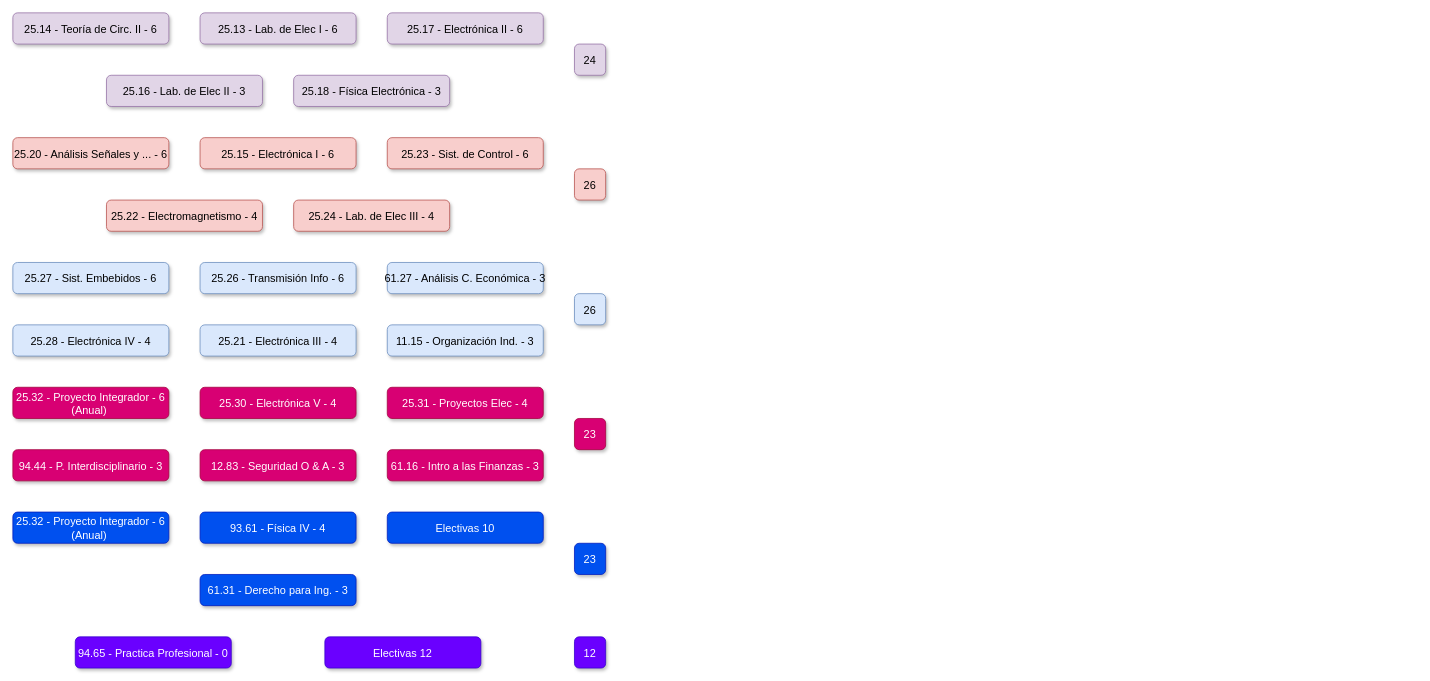
Before: Diagrama sin título.drawio in juanipla/K22, a draw.io diagram. Source tidied: cells renumbered, new cells numbered last; positions are measured from the earlier drawing's top-left corner, leaving out a move shared by most shapes. Both pictures are drawn from the tidied source at 78%, with x=0, y=0 at pixel (12, 12).
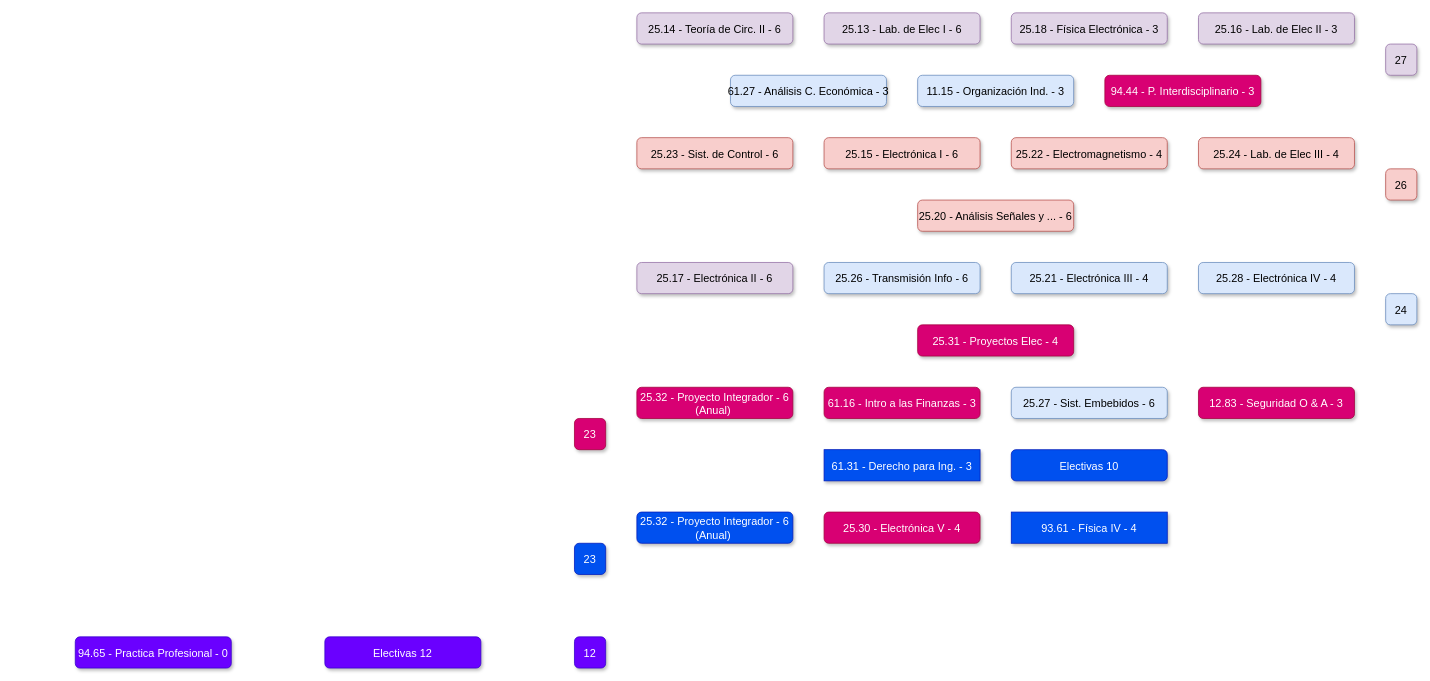
The same diagram, later.

Diff of the diagram source:
```diff
@@
     <mxCell id="2" value="25.18 - Física Electrónica - 3" style="rounded=1;fillColor=#e1d5e7;strokeColor=#9673a6;shadow=1;fontStyle=0;fontSize=14;labelBorderColor=none;labelBackgroundColor=none;verticalAlign=middle;" parent="1" vertex="1">
-      <mxGeometry x="360" y="80" width="200" height="40" as="geometry" />
+      <mxGeometry x="1280" width="200" height="40" as="geometry" />
     </mxCell>
     <mxCell id="3" value="25.13 - Lab. de Elec I - 6" style="rounded=1;fillColor=#e1d5e7;strokeColor=#9673a6;shadow=1;fontStyle=0;fontSize=14;labelBorderColor=none;labelBackgroundColor=none;" parent="1" vertex="1">
-      <mxGeometry x="240" width="200" height="40" as="geometry" />
+      <mxGeometry x="1040" width="200" height="40" as="geometry" />
     </mxCell>
     <mxCell id="4" value="25.14 - Teoría de Circ. II - 6" style="rounded=1;fillColor=#e1d5e7;strokeColor=#9673a6;shadow=1;fontStyle=0;fontSize=14;labelBorderColor=none;labelBackgroundColor=none;" parent="1" vertex="1">
-      <mxGeometry width="200" height="40" as="geometry" />
+      <mxGeometry x="800" width="200" height="40" as="geometry" />
     </mxCell>
     <mxCell id="5" value="25.16 - Lab. de Elec II - 3" style="rounded=1;fillColor=#e1d5e7;strokeColor=#9673a6;shadow=1;fontStyle=0;fontSize=14;labelBorderColor=none;labelBackgroundColor=none;verticalAlign=middle;" parent="1" vertex="1">
-      <mxGeometry x="120" y="80" width="200" height="40" as="geometry" />
+      <mxGeometry x="1520" width="200" height="40" as="geometry" />
     </mxCell>
     <mxCell id="6" value="25.17 - Electrónica II - 6" style="rounded=1;fillColor=#e1d5e7;strokeColor=#9673a6;shadow=1;fontStyle=0;fontSize=14;labelBorderColor=none;labelBackgroundColor=none;verticalAlign=middle;" parent="1" vertex="1">
-      <mxGeometry x="480" width="200" height="40" as="geometry" />
+      <mxGeometry x="800" y="320" width="200" height="40" as="geometry" />
     </mxCell>
-    <mxCell id="7" value="24" style="rounded=1;fillColor=#e1d5e7;strokeColor=#9673a6;shadow=1;fontStyle=0;fontSize=14;labelBorderColor=none;labelBackgroundColor=none;verticalAlign=middle;" parent="1" vertex="1">
-      <mxGeometry x="720" y="40" width="40" height="40" as="geometry" />
+    <mxCell id="7" value="27" style="rounded=1;fillColor=#e1d5e7;strokeColor=#9673a6;shadow=1;fontStyle=0;fontSize=14;labelBorderColor=none;labelBackgroundColor=none;verticalAlign=middle;" parent="1" vertex="1">
+      <mxGeometry x="1760" y="40" width="40" height="40" as="geometry" />
     </mxCell>
     <mxCell id="8" value="25.15 - Electrónica I - 6" style="rounded=1;fillColor=#f8cecc;strokeColor=#b85450;shadow=1;fontStyle=0;fontSize=14;labelBorderColor=none;labelBackgroundColor=none;" parent="1" vertex="1">
-      <mxGeometry x="240" y="160" width="200" height="40" as="geometry" />
+      <mxGeometry x="1040" y="160" width="200" height="40" as="geometry" />
     </mxCell>
     <mxCell id="9" value="25.24 - Lab. de Elec III - 4" style="rounded=1;fillColor=#f8cecc;strokeColor=#b85450;shadow=1;fontStyle=0;fontSize=14;labelBorderColor=none;labelBackgroundColor=none;verticalAlign=middle;" parent="1" vertex="1">
-      <mxGeometry x="360" y="240" width="200" height="40" as="geometry" />
+      <mxGeometry x="1520" y="160" width="200" height="40" as="geometry" />
     </mxCell>
     <mxCell id="10" value="25.23 - Sist. de Control - 6" style="rounded=1;fillColor=#f8cecc;strokeColor=#b85450;shadow=1;fontStyle=0;fontSize=14;labelBorderColor=none;labelBackgroundColor=none;verticalAlign=middle;" parent="1" vertex="1">
-      <mxGeometry x="480" y="160" width="200" height="40" as="geometry" />
+      <mxGeometry x="800" y="160" width="200" height="40" as="geometry" />
     </mxCell>
     <mxCell id="11" value="25.20 - Análisis Señales y ... - 6" style="rounded=1;fillColor=#f8cecc;strokeColor=#b85450;shadow=1;fontStyle=0;fontSize=14;labelBorderColor=none;labelBackgroundColor=none;" parent="1" vertex="1">
-      <mxGeometry y="160" width="200" height="40" as="geometry" />
+      <mxGeometry x="1160" y="240" width="200" height="40" as="geometry" />
     </mxCell>
     <mxCell id="12" value="25.22 - Electromagnetismo - 4" style="rounded=1;fillColor=#f8cecc;strokeColor=#b85450;shadow=1;fontStyle=0;fontSize=14;labelBorderColor=none;labelBackgroundColor=none;verticalAlign=middle;" parent="1" vertex="1">
-      <mxGeometry x="120" y="240" width="200" height="40" as="geometry" />
+      <mxGeometry x="1280" y="160" width="200" height="40" as="geometry" />
     </mxCell>
     <mxCell id="13" value="26" style="rounded=1;fillColor=#f8cecc;strokeColor=#b85450;shadow=1;fontStyle=0;fontSize=14;labelBorderColor=none;labelBackgroundColor=none;verticalAlign=middle;" parent="1" vertex="1">
-      <mxGeometry x="720" y="200" width="40" height="40" as="geometry" />
+      <mxGeometry x="1760" y="200" width="40" height="40" as="geometry" />
     </mxCell>
     <mxCell id="14" value="25.21 - Electrónica III - 4" style="rounded=1;fillColor=#dae8fc;strokeColor=#6c8ebf;shadow=1;fontStyle=0;fontSize=14;labelBorderColor=none;labelBackgroundColor=none;" parent="1" vertex="1">
-      <mxGeometry x="240" y="400" width="200" height="40" as="geometry" />
+      <mxGeometry x="1280" y="320" width="200" height="40" as="geometry" />
     </mxCell>
     <mxCell id="15" value="25.27 - Sist. Embebidos - 6" style="rounded=1;fillColor=#dae8fc;strokeColor=#6c8ebf;shadow=1;fontStyle=0;fontSize=14;labelBorderColor=none;labelBackgroundColor=none;" parent="1" vertex="1">
-      <mxGeometry y="320" width="200" height="40" as="geometry" />
+      <mxGeometry x="1280" y="480" width="200" height="40" as="geometry" />
     </mxCell>
     <mxCell id="16" value="25.26 - Transmisión Info - 6" style="rounded=1;fillColor=#dae8fc;strokeColor=#6c8ebf;shadow=1;fontStyle=0;fontSize=14;labelBorderColor=none;labelBackgroundColor=none;" parent="1" vertex="1">
-      <mxGeometry x="240" y="320" width="200" height="40" as="geometry" />
+      <mxGeometry x="1040" y="320" width="200" height="40" as="geometry" />
     </mxCell>
     <mxCell id="17" value="61.27 - Análisis C. Económica - 3" style="rounded=1;fillColor=#dae8fc;strokeColor=#6c8ebf;shadow=1;fontStyle=0;fontSize=14;labelBorderColor=none;labelBackgroundColor=none;verticalAlign=middle;" parent="1" vertex="1">
-      <mxGeometry x="480" y="320" width="200" height="40" as="geometry" />
+      <mxGeometry x="920" y="80" width="200" height="40" as="geometry" />
     </mxCell>
     <mxCell id="18" value="11.15 - Organización Ind. - 3" style="rounded=1;fillColor=#dae8fc;strokeColor=#6c8ebf;shadow=1;fontStyle=0;fontSize=14;labelBorderColor=none;labelBackgroundColor=none;verticalAlign=middle;" parent="1" vertex="1">
-      <mxGeometry x="480" y="400" width="200" height="40" as="geometry" />
+      <mxGeometry x="1160" y="80" width="200" height="40" as="geometry" />
     </mxCell>
     <mxCell id="19" value="25.28 - Electrónica IV - 4" style="rounded=1;fillColor=#dae8fc;strokeColor=#6c8ebf;shadow=1;fontStyle=0;fontSize=14;labelBorderColor=none;labelBackgroundColor=none;verticalAlign=middle;" parent="1" vertex="1">
-      <mxGeometry y="400" width="200" height="40" as="geometry" />
+      <mxGeometry x="1520" y="320" width="200" height="40" as="geometry" />
     </mxCell>
-    <mxCell id="20" value="26" style="rounded=1;fillColor=#dae8fc;strokeColor=#6c8ebf;shadow=1;fontStyle=0;fontSize=14;labelBorderColor=none;labelBackgroundColor=none;verticalAlign=middle;" parent="1" vertex="1">
-      <mxGeometry x="720" y="360" width="40" height="40" as="geometry" />
+    <mxCell id="20" value="24" style="rounded=1;fillColor=#dae8fc;strokeColor=#6c8ebf;shadow=1;fontStyle=0;fontSize=14;labelBorderColor=none;labelBackgroundColor=none;verticalAlign=middle;" parent="1" vertex="1">
+      <mxGeometry x="1760" y="360" width="40" height="40" as="geometry" />
     </mxCell>
     <mxCell id="21" value="94.44 - P. Interdisciplinario - 3" style="rounded=1;fillColor=#d80073;strokeColor=#A50040;shadow=1;fontStyle=0;fontSize=14;labelBorderColor=none;labelBackgroundColor=none;verticalAlign=middle;fontColor=#ffffff;" parent="1" vertex="1">
-      <mxGeometry y="560" width="200" height="40" as="geometry" />
+      <mxGeometry x="1400" y="80" width="200" height="40" as="geometry" />
     </mxCell>
     <mxCell id="22" value="25.32 - Proyecto Integrador - 6&#10;(Anual) " style="rounded=1;fillColor=#d80073;strokeColor=#A50040;shadow=1;fontStyle=0;fontSize=14;labelBorderColor=none;labelBackgroundColor=none;fontColor=#ffffff;" parent="1" vertex="1">
-      <mxGeometry y="480" width="200" height="40" as="geometry" />
+      <mxGeometry x="800" y="480" width="200" height="40" as="geometry" />
     </mxCell>
     <mxCell id="23" value="61.16 - Intro a las Finanzas - 3" style="rounded=1;fillColor=#d80073;strokeColor=#A50040;shadow=1;fontStyle=0;fontSize=14;labelBorderColor=none;labelBackgroundColor=none;verticalAlign=middle;fontColor=#ffffff;" parent="1" vertex="1">
-      <mxGeometry x="480" y="560" width="200" height="40" as="geometry" />
+      <mxGeometry x="1040" y="480" width="200" height="40" as="geometry" />
     </mxCell>
     <mxCell id="24" value="25.31 - Proyectos Elec - 4" style="rounded=1;fillColor=#d80073;strokeColor=#A50040;shadow=1;fontStyle=0;fontSize=14;fontColor=#ffffff;labelBorderColor=none;labelBackgroundColor=none;verticalAlign=middle;" parent="1" vertex="1">
-      <mxGeometry x="480" y="480" width="200" height="40" as="geometry" />
+      <mxGeometry x="1160" y="400" width="200" height="40" as="geometry" />
     </mxCell>
     <mxCell id="25" value="25.30 - Electrónica V - 4" style="rounded=1;fillColor=#d80073;strokeColor=#A50040;shadow=1;fontStyle=0;fontSize=14;fontColor=#ffffff;labelBorderColor=none;labelBackgroundColor=none;" parent="1" vertex="1">
-      <mxGeometry x="240" y="480" width="200" height="40" as="geometry" />
+      <mxGeometry x="1040" y="640" width="200" height="40" as="geometry" />
     </mxCell>
     <mxCell id="26" value="12.83 - Seguridad O &amp; A - 3" style="rounded=1;fillColor=#d80073;strokeColor=#A50040;shadow=1;fontStyle=0;fontSize=14;labelBorderColor=none;labelBackgroundColor=none;verticalAlign=middle;fontColor=#ffffff;" parent="1" vertex="1">
-      <mxGeometry x="240" y="560" width="200" height="40" as="geometry" />
+      <mxGeometry x="1520" y="480" width="200" height="40" as="geometry" />
     </mxCell>
@@
-    <mxCell id="29" value="61.31 - Derecho para Ing. - 3" style="rounded=1;fillColor=#0050ef;strokeColor=#001DBC;shadow=1;fontStyle=0;fontSize=14;labelBorderColor=none;labelBackgroundColor=none;fontColor=#ffffff;" parent="1" vertex="1">
-      <mxGeometry x="240" y="720" width="200" height="40" as="geometry" />
+    <mxCell id="29" value="61.31 - Derecho para Ing. - 3" style="rounded=1;fillColor=#0050ef;strokeColor=#001DBC;shadow=1;fontStyle=0;fontSize=14;labelBorderColor=none;labelBackgroundColor=none;fontColor=#ffffff;arcSize=0;" parent="1" vertex="1">
+      <mxGeometry x="1040" y="560" width="200" height="40" as="geometry" />
     </mxCell>
     <mxCell id="30" value="25.32 - Proyecto Integrador - 6&#10;(Anual) " style="rounded=1;fillColor=#0050ef;strokeColor=#001DBC;shadow=1;fontStyle=0;fontSize=14;labelBorderColor=none;labelBackgroundColor=none;fontColor=#ffffff;" parent="1" vertex="1">
-      <mxGeometry y="640" width="200" height="40" as="geometry" />
+      <mxGeometry x="800" y="640" width="200" height="40" as="geometry" />
     </mxCell>
@@
     <mxCell id="32" value="Electivas 10" style="rounded=1;fillColor=#0050ef;strokeColor=#001DBC;shadow=1;fontStyle=0;fontSize=14;labelBorderColor=none;labelBackgroundColor=none;verticalAlign=middle;fontColor=#ffffff;" parent="1" vertex="1">
-      <mxGeometry x="480" y="640" width="200" height="40" as="geometry" />
+      <mxGeometry x="1280" y="560" width="200" height="40" as="geometry" />
     </mxCell>
-    <mxCell id="33" value="93.61 - Física IV - 4" style="rounded=1;fillColor=#0050ef;strokeColor=#001DBC;shadow=1;fontStyle=0;fontSize=14;labelBorderColor=none;labelBackgroundColor=none;verticalAlign=middle;fontColor=#ffffff;" parent="1" vertex="1">
-      <mxGeometry x="240" y="640" width="200" height="40" as="geometry" />
+    <mxCell id="33" value="93.61 - Física IV - 4" style="rounded=1;fillColor=#0050ef;strokeColor=#001DBC;shadow=1;fontStyle=0;fontSize=14;labelBorderColor=none;labelBackgroundColor=none;verticalAlign=middle;fontColor=#ffffff;arcSize=0;" parent="1" vertex="1">
+      <mxGeometry x="1280" y="640" width="200" height="40" as="geometry" />
     </mxCell>
```
